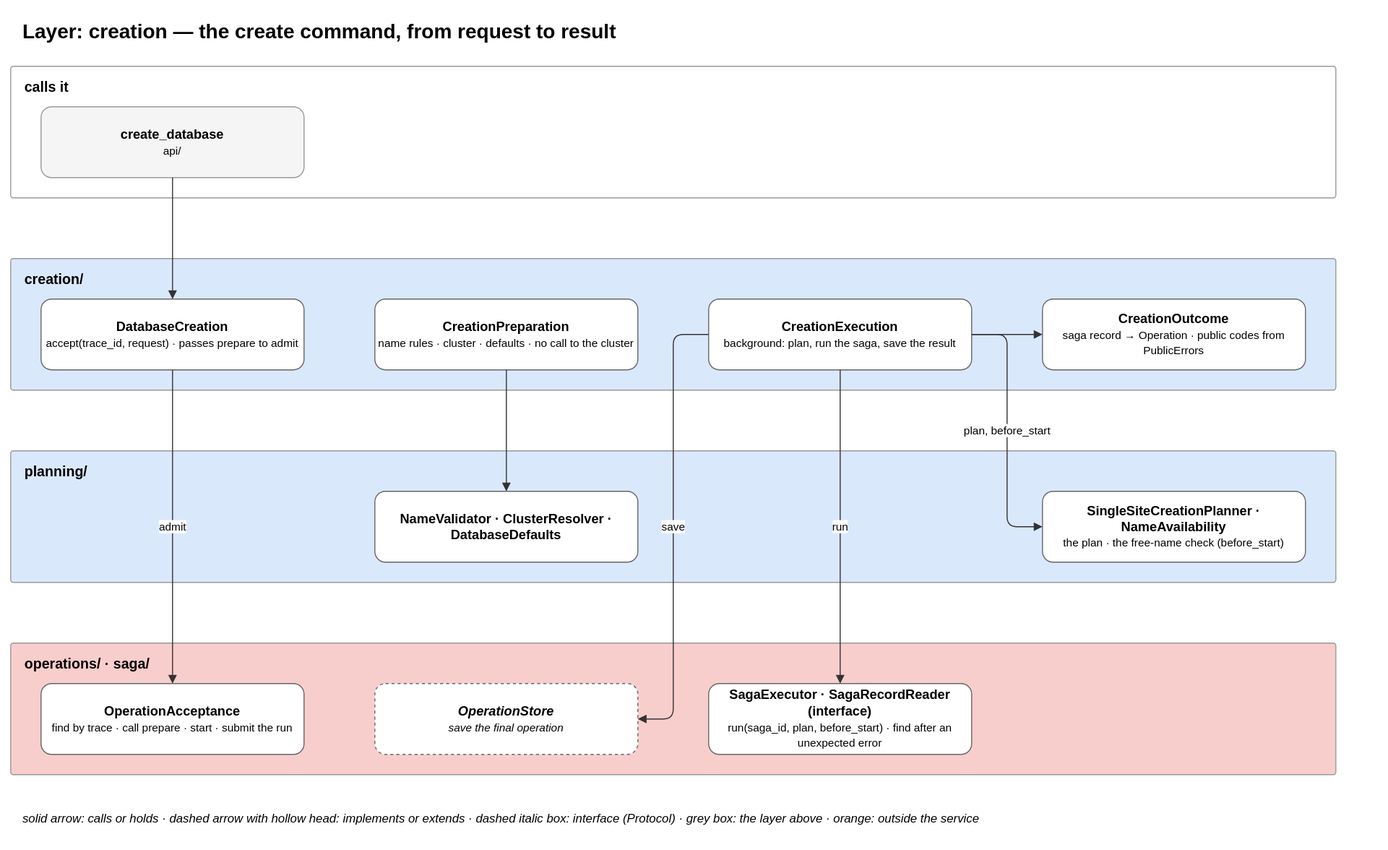
Earlier version of the draw.io export docs/diagrams/04-layer-creation.drawio.svg (EliShteinman/redis-enterprise-services). Source tidied: cells renumbered, new cells last; positions are measured from the earlier drawing's top-left corner, leaving out a move shared by most shapes.
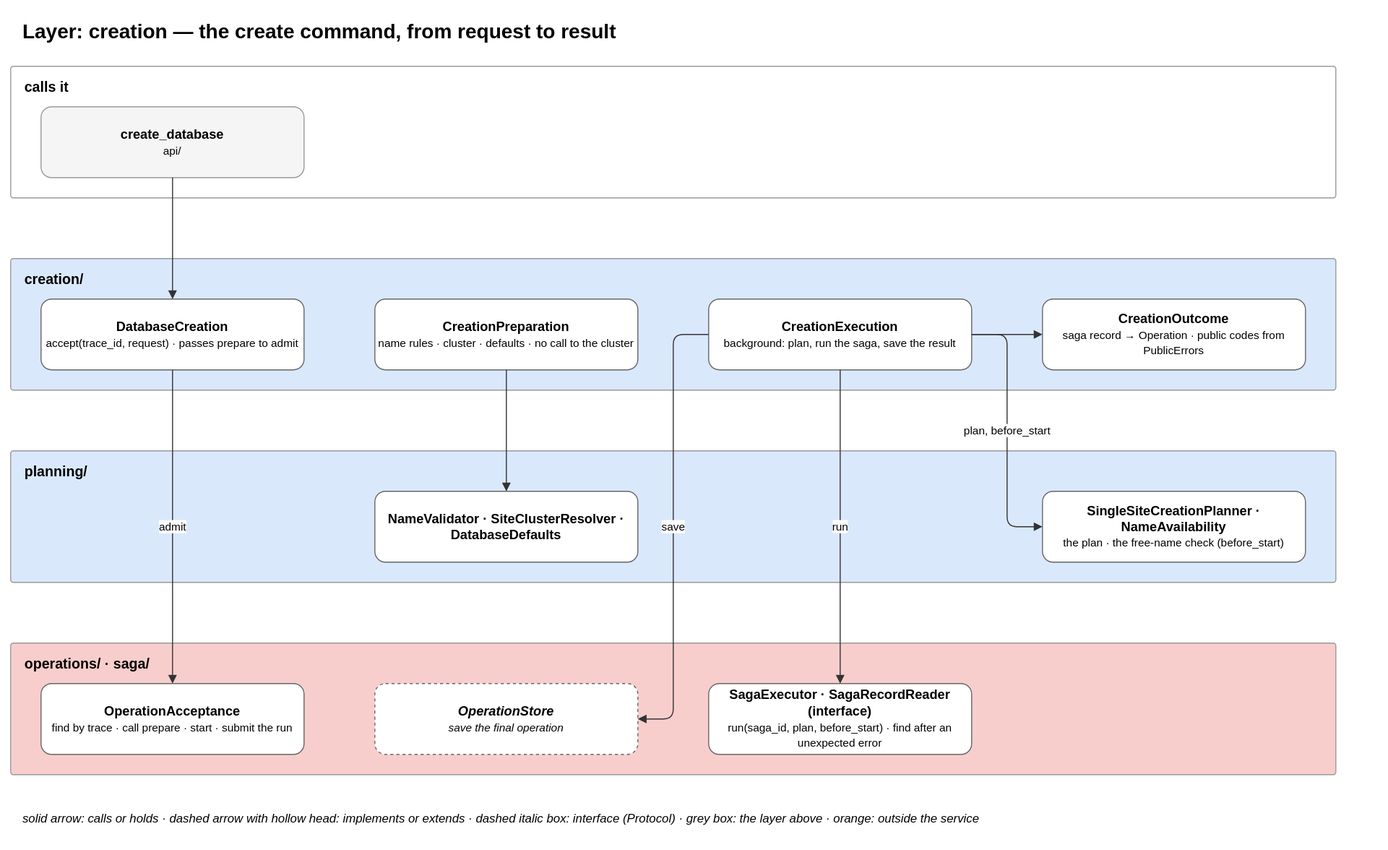
After the change.

Change to the diagram source:
```diff
@@ -29,7 +29,7 @@
     <mxCell id="10" value="&lt;b&gt;planning/&lt;/b&gt;" style="rounded=1;arcSize=2;fillColor=#dae8fc;strokeColor=#999999;verticalAlign=top;align=left;spacingLeft=12;spacingTop=6;html=1;fontSize=14;" parent="1" vertex="1">
       <mxGeometry y="435" width="1310" height="130" as="geometry" />
     </mxCell>
-    <mxCell id="11" value="&lt;b&gt;NameValidator · ClusterResolver · DatabaseDefaults&lt;/b&gt;" style="rounded=1;whiteSpace=wrap;html=1;fillColor=#ffffff;strokeColor=#666666;fontSize=13;" parent="1" vertex="1">
+    <mxCell id="11" value="&lt;b&gt;NameValidator · SiteClusterResolver · DatabaseDefaults&lt;/b&gt;" style="rounded=1;whiteSpace=wrap;html=1;fillColor=#ffffff;strokeColor=#666666;fontSize=13;" parent="1" vertex="1">
       <mxGeometry x="360" y="475" width="260" height="70" as="geometry" />
     </mxCell>
     <mxCell id="12" value="&lt;b&gt;SingleSiteCreationPlanner · NameAvailability&lt;/b&gt;&lt;br&gt;&lt;font style='font-size:11px'&gt;the plan · the free-name check (before_start)&lt;/font&gt;" style="rounded=1;whiteSpace=wrap;html=1;fillColor=#ffffff;strokeColor=#666666;fontSize=13;" parent="1" vertex="1">
```
